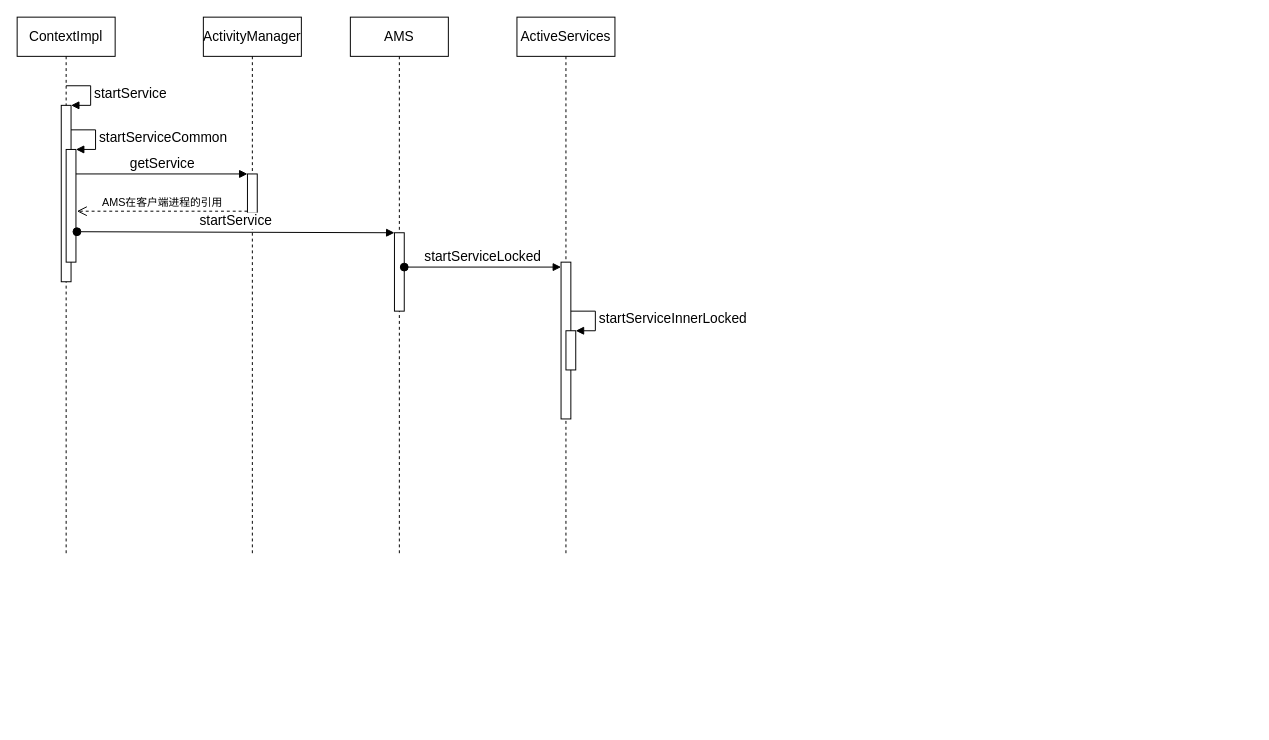
FamliarMan/Diagram keeps this draw.io diagram as Android/service/Service之startService全流程分析.drawio. Above is the earlier version. Source tidied: cells renumbered, new cells numbered last; positions are measured from the earlier drawing's top-left corner, leaving out a move shared by most shapes. Both pictures are drawn from the tidied source at 98%, with x=0, y=0 at pixel (17, 17).
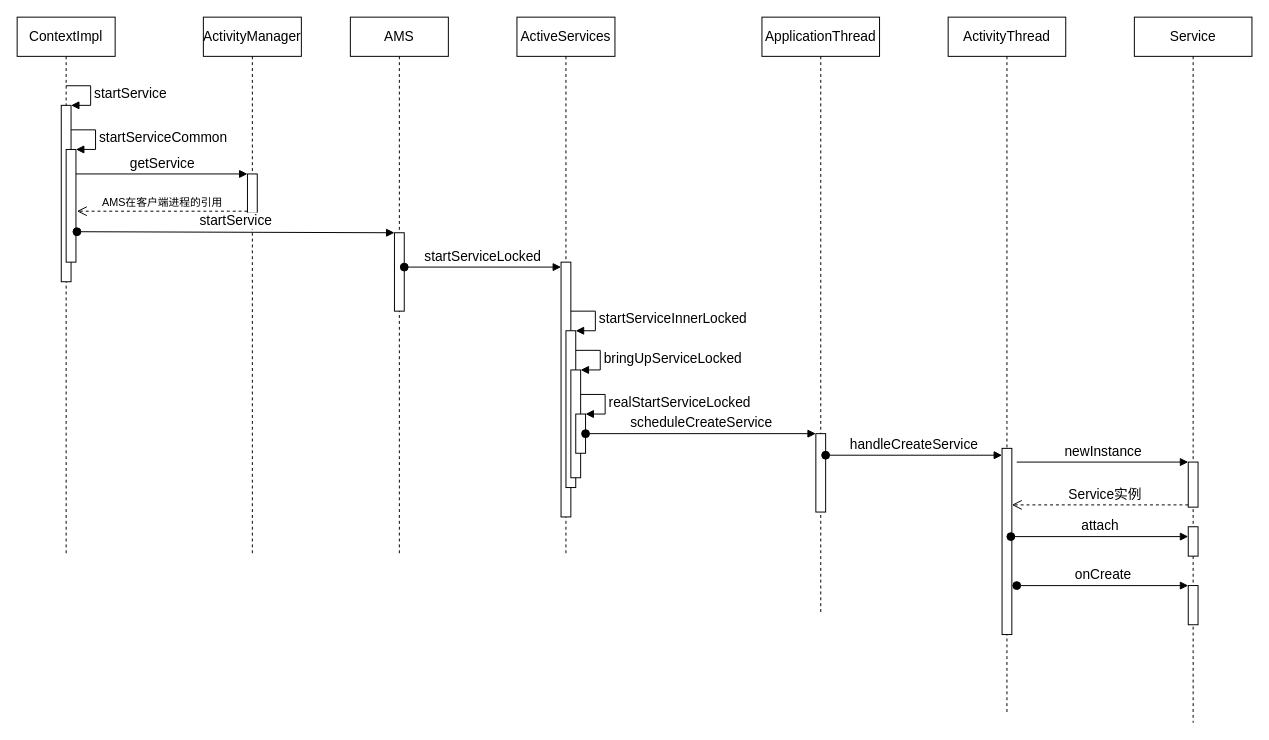
After the change.

Commit message:
Update Service之startService全流程分析.drawio

Unchanged cells that the change refers to:
```xml
<mxCell id="14" value="&lt;font style=&quot;font-size: 14px&quot;&gt;ActiveServices&lt;/font&gt;" style="shape=umlLifeline;perimeter=lifelinePerimeter;whiteSpace=wrap;html=1;" parent="1" vertex="1">
  <mxGeometry x="510" width="100" height="550" as="geometry" />
</mxCell>
```

What changed in the source:
```diff
@@
     <mxCell id="15" style="html=1;points=[];perimeter=orthogonalPerimeter;" parent="14" vertex="1">
-      <mxGeometry x="45" y="250" width="10" height="160" as="geometry" />
+      <mxGeometry x="45" y="250" width="10" height="260" as="geometry" />
     </mxCell>
     <mxCell id="16" style="html=1;points=[];perimeter=orthogonalPerimeter;" parent="14" vertex="1">
-      <mxGeometry x="50" y="320" width="10" height="40" as="geometry" />
+      <mxGeometry x="50" y="320" width="10" height="160" as="geometry" />
     </mxCell>
@@
+    <mxCell id="19" style="html=1;points=[];perimeter=orthogonalPerimeter;" parent="14" vertex="1">
+      <mxGeometry x="55" y="360" width="10" height="110" as="geometry" />
+    </mxCell>
+    <mxCell id="20" value="&lt;font style=&quot;font-size: 14px&quot;&gt;bringUpServiceLocked&lt;/font&gt;" style="edgeStyle=orthogonalEdgeStyle;html=1;align=left;spacingLeft=2;endArrow=block;rounded=0;entryX=1;entryY=0;" parent="14" edge="1" target="19">
+      <mxGeometry relative="1" as="geometry">
+        <mxPoint x="60" y="340" as="sourcePoint" />
+        <Array as="points">
+          <mxPoint x="85" y="340" />
+        </Array>
+      </mxGeometry>
+    </mxCell>
+    <mxCell id="21" style="html=1;points=[];perimeter=orthogonalPerimeter;" parent="14" vertex="1">
+      <mxGeometry x="60" y="405" width="10" height="40" as="geometry" />
+    </mxCell>
+    <mxCell id="22" value="&lt;font style=&quot;font-size: 14px&quot;&gt;realStartServiceLocked&lt;/font&gt;" style="edgeStyle=orthogonalEdgeStyle;html=1;align=left;spacingLeft=2;endArrow=block;rounded=0;entryX=1;entryY=0;" parent="14" edge="1" target="21">
+      <mxGeometry relative="1" as="geometry">
+        <mxPoint x="65" y="385" as="sourcePoint" />
+        <Array as="points">
+          <mxPoint x="90" y="385" />
+        </Array>
+      </mxGeometry>
+    </mxCell>
@@
+    <mxCell id="23" value="&lt;font style=&quot;font-size: 14px&quot;&gt;ApplicationThread&lt;/font&gt;" style="shape=umlLifeline;perimeter=lifelinePerimeter;whiteSpace=wrap;html=1;" parent="1" vertex="1">
+      <mxGeometry x="760" width="120" height="610" as="geometry" />
+    </mxCell>
+    <mxCell id="24" style="html=1;points=[];perimeter=orthogonalPerimeter;" parent="23" vertex="1">
+      <mxGeometry x="55" y="425" width="10" height="80" as="geometry" />
+    </mxCell>
+    <mxCell id="25" value="&lt;font style=&quot;font-size: 14px&quot;&gt;scheduleCreateService&lt;/font&gt;" style="html=1;verticalAlign=bottom;startArrow=oval;endArrow=block;startSize=8;exitX=1;exitY=0.5;exitDx=0;exitDy=0;exitPerimeter=0;" parent="1" edge="1" source="21" target="24">
+      <mxGeometry relative="1" as="geometry" />
+    </mxCell>
+    <mxCell id="26" value="&lt;font style=&quot;font-size: 14px&quot;&gt;ActivityThread&lt;/font&gt;" style="shape=umlLifeline;perimeter=lifelinePerimeter;whiteSpace=wrap;html=1;" parent="1" vertex="1">
+      <mxGeometry x="950" width="120" height="710" as="geometry" />
+    </mxCell>
+    <mxCell id="27" style="html=1;points=[];perimeter=orthogonalPerimeter;" parent="26" vertex="1">
+      <mxGeometry x="55" y="440" width="10" height="190" as="geometry" />
+    </mxCell>
+    <mxCell id="28" value="&lt;font style=&quot;font-size: 14px&quot;&gt;handleCreateService&lt;/font&gt;" style="html=1;verticalAlign=bottom;startArrow=oval;endArrow=block;startSize=8;exitX=1;exitY=0.275;exitDx=0;exitDy=0;exitPerimeter=0;" parent="1" edge="1" source="24" target="27">
+      <mxGeometry relative="1" as="geometry" />
+    </mxCell>
+    <mxCell id="29" value="&lt;font style=&quot;font-size: 14px&quot;&gt;Service&lt;/font&gt;" style="shape=umlLifeline;perimeter=lifelinePerimeter;whiteSpace=wrap;html=1;" parent="1" vertex="1">
+      <mxGeometry x="1140" width="120" height="720" as="geometry" />
+    </mxCell>
+    <mxCell id="30" style="html=1;points=[];perimeter=orthogonalPerimeter;" parent="29" vertex="1">
+      <mxGeometry x="55" y="454" width="10" height="46" as="geometry" />
+    </mxCell>
+    <mxCell id="31" style="html=1;points=[];perimeter=orthogonalPerimeter;" parent="29" vertex="1">
+      <mxGeometry x="55" y="520" width="10" height="30" as="geometry" />
+    </mxCell>
+    <mxCell id="32" style="html=1;points=[];perimeter=orthogonalPerimeter;" parent="29" vertex="1">
+      <mxGeometry x="55" y="580" width="10" height="40" as="geometry" />
+    </mxCell>
+    <mxCell id="33" value="&lt;font style=&quot;font-size: 14px&quot;&gt;newInstance&lt;/font&gt;" style="html=1;verticalAlign=bottom;endArrow=block;entryX=0;entryY=0;" parent="1" edge="1" target="30">
+      <mxGeometry relative="1" as="geometry">
+        <mxPoint x="1020" y="454" as="sourcePoint" />
+      </mxGeometry>
+    </mxCell>
+    <mxCell id="34" value="&lt;font style=&quot;font-size: 14px&quot;&gt;Service实例&lt;/font&gt;" style="html=1;verticalAlign=bottom;endArrow=open;dashed=1;endSize=8;exitX=0;exitY=0.95;" parent="1" edge="1" source="30" target="27">
+      <mxGeometry x="-0.06" relative="1" as="geometry" />
+    </mxCell>
+    <mxCell id="35" value="&lt;font style=&quot;font-size: 14px&quot;&gt;attach&lt;/font&gt;" style="html=1;verticalAlign=bottom;startArrow=oval;endArrow=block;startSize=8;exitX=0.9;exitY=0.474;exitDx=0;exitDy=0;exitPerimeter=0;" parent="1" edge="1" source="27" target="31">
+      <mxGeometry relative="1" as="geometry" />
+    </mxCell>
+    <mxCell id="36" value="&lt;font style=&quot;font-size: 14px&quot;&gt;onCreate&lt;/font&gt;" style="html=1;verticalAlign=bottom;startArrow=oval;endArrow=block;startSize=8;exitX=1.5;exitY=0.737;exitDx=0;exitDy=0;exitPerimeter=0;" parent="1" edge="1" source="27" target="32">
+      <mxGeometry relative="1" as="geometry" />
+    </mxCell>
```
